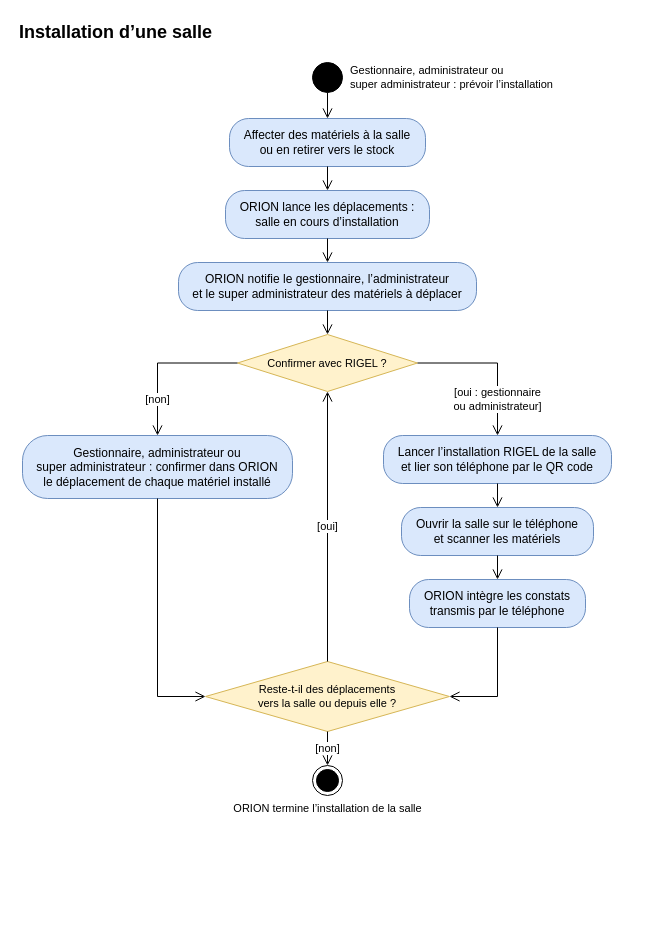
The draw.io diagram page "Installation d’une salle" (9 of 10) of docs/02-ANALYSE/01-MODELISATION-METIER/02-DIAGRAMMES-ACTIVITE.drawio in bpierrelouis/aster, before the edit. Source tidied: cells renumbered, new cells numbered last; positions are measured from the earlier drawing's top-left corner, leaving out a move shared by most shapes. Both pictures are drawn from the tidied source at 100%, with x=0, y=0 at pixel (17, 17).
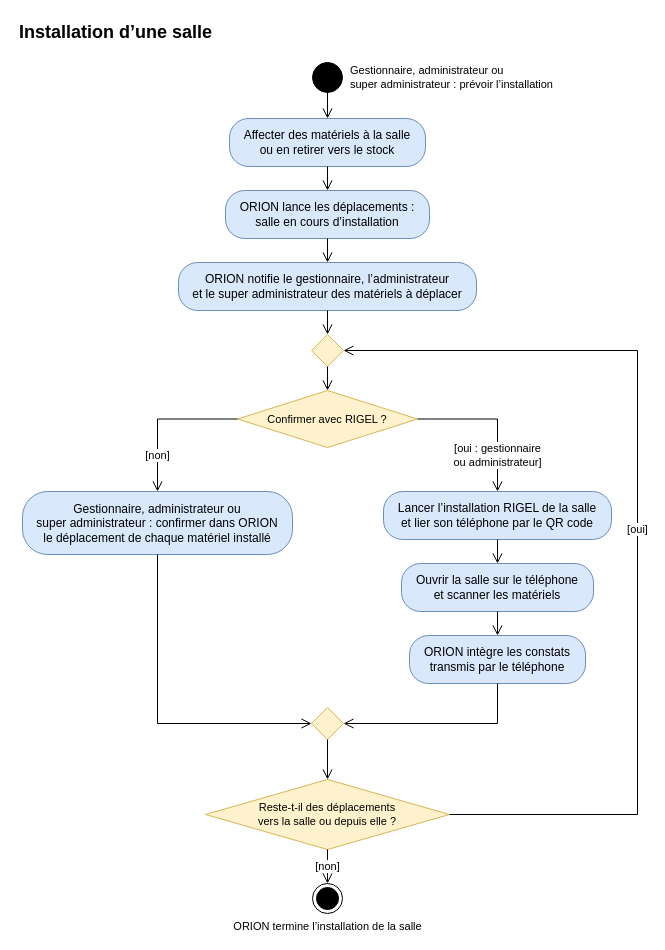
Above is the later version.

Unchanged cells that the change refers to:
```xml
<mxCell id="6" value="ORION notifie le gestionnaire, l’administrateur&lt;br&gt;et le super administrateur des matériels à déplacer" style="rounded=1;arcSize=40;whiteSpace=wrap;html=1;fontSize=12;fillColor=#dae8fc;strokeColor=#6c8ebf;" parent="1" vertex="1">
  <mxGeometry x="161" y="245" width="298" height="48" as="geometry" />
</mxCell>
```

Diff of the diagram source:
```diff
@@
     <mxCell id="7" value="Confirmer avec RIGEL ?" style="rhombus;whiteSpace=wrap;html=1;fontSize=11;fillColor=#fff2cc;strokeColor=#d6b656;" parent="1" vertex="1">
-      <mxGeometry x="220" y="317" width="180" height="57" as="geometry" />
+      <mxGeometry x="220" y="373" width="180" height="57" as="geometry" />
     </mxCell>
     <mxCell id="8" value="Gestionnaire, administrateur ou&lt;br&gt;super administrateur : confirmer dans ORION&lt;br&gt;le déplacement de chaque matériel installé" style="rounded=1;arcSize=40;whiteSpace=wrap;html=1;fontSize=12;fillColor=#dae8fc;strokeColor=#6c8ebf;" parent="1" vertex="1">
-      <mxGeometry x="5" y="418" width="270" height="63" as="geometry" />
+      <mxGeometry x="5" y="474" width="270" height="63" as="geometry" />
     </mxCell>
     <mxCell id="9" value="Lancer l’installation RIGEL de la salle&lt;br&gt;et lier son téléphone par le QR code" style="rounded=1;arcSize=40;whiteSpace=wrap;html=1;fontSize=12;fillColor=#dae8fc;strokeColor=#6c8ebf;" parent="1" vertex="1">
-      <mxGeometry x="366" y="418" width="228" height="48" as="geometry" />
+      <mxGeometry x="366" y="474" width="228" height="48" as="geometry" />
     </mxCell>
     <mxCell id="10" value="Ouvrir la salle sur le téléphone&lt;br&gt;et scanner les matériels" style="rounded=1;arcSize=40;whiteSpace=wrap;html=1;fontSize=12;fillColor=#dae8fc;strokeColor=#6c8ebf;" parent="1" vertex="1">
-      <mxGeometry x="384" y="490" width="192" height="48" as="geometry" />
+      <mxGeometry x="384" y="546" width="192" height="48" as="geometry" />
     </mxCell>
     <mxCell id="11" value="ORION intègre les constats&lt;br&gt;transmis par le téléphone" style="rounded=1;arcSize=40;whiteSpace=wrap;html=1;fontSize=12;fillColor=#dae8fc;strokeColor=#6c8ebf;" parent="1" vertex="1">
-      <mxGeometry x="392" y="562" width="176" height="48" as="geometry" />
+      <mxGeometry x="392" y="618" width="176" height="48" as="geometry" />
     </mxCell>
     <mxCell id="12" value="Reste-t-il des déplacements&lt;br&gt;vers la salle ou depuis elle ?" style="rhombus;whiteSpace=wrap;html=1;fontSize=11;fillColor=#fff2cc;strokeColor=#d6b656;" parent="1" vertex="1">
-      <mxGeometry x="188" y="644" width="244" height="70" as="geometry" />
+      <mxGeometry x="188" y="762" width="244" height="70" as="geometry" />
     </mxCell>
     <mxCell id="13" value="ORION termine l’installation de la salle" style="ellipse;html=1;shape=endState;fillColor=#000000;strokeColor=#000000;verticalLabelPosition=bottom;verticalAlign=top;fontSize=11;" parent="1" vertex="1">
-      <mxGeometry x="295" y="748" width="30" height="30" as="geometry" />
+      <mxGeometry x="295" y="866" width="30" height="30" as="geometry" />
     </mxCell>
@@
-    <mxCell id="17" style="edgeStyle=orthogonalEdgeStyle;endArrow=open;endSize=8;html=1;rounded=0;fontSize=11;labelBackgroundColor=#ffffff;exitX=0.5;exitY=1;exitDx=0;exitDy=0;entryX=0.5;entryY=0;entryDx=0;entryDy=0;" parent="1" edge="1" source="6" target="7">
+    <mxCell id="17" style="edgeStyle=orthogonalEdgeStyle;endArrow=open;endSize=8;html=1;rounded=0;fontSize=11;labelBackgroundColor=#ffffff;exitX=0.5;exitY=1;exitDx=0;exitDy=0;entryX=0.5;entryY=0;entryDx=0;entryDy=0;" parent="1" edge="1" source="6" target="26">
       <mxGeometry relative="1" as="geometry" />
     </mxCell>
     <mxCell id="18" value="[non]" style="edgeStyle=orthogonalEdgeStyle;endArrow=open;endSize=8;html=1;rounded=0;fontSize=11;labelBackgroundColor=#ffffff;exitX=0;exitY=0.5;exitDx=0;exitDy=0;entryX=0.5;entryY=0;entryDx=0;entryDy=0;" parent="1" edge="1" source="7" target="8">
       <mxGeometry x="0.52" relative="1" as="geometry">
         <Array as="points">
-          <mxPoint x="140" y="345.5" />
+          <mxPoint x="140" y="401.5" />
         </Array>
       </mxGeometry>
     </mxCell>
     <mxCell id="19" value="[oui : gestionnaire&lt;br&gt;ou administrateur]" style="edgeStyle=orthogonalEdgeStyle;endArrow=open;endSize=8;html=1;rounded=0;fontSize=11;labelBackgroundColor=#ffffff;exitX=1;exitY=0.5;exitDx=0;exitDy=0;entryX=0.5;entryY=0;entryDx=0;entryDy=0;" parent="1" edge="1" source="7" target="9">
       <mxGeometry x="0.52" relative="1" as="geometry">
         <Array as="points">
-          <mxPoint x="480" y="345.5" />
+          <mxPoint x="480" y="401.5" />
         </Array>
       </mxGeometry>
     </mxCell>
@@
-    <mxCell id="22" style="edgeStyle=orthogonalEdgeStyle;endArrow=open;endSize=8;html=1;rounded=0;fontSize=11;labelBackgroundColor=#ffffff;exitX=0.5;exitY=1;exitDx=0;exitDy=0;entryX=0;entryY=0.5;entryDx=0;entryDy=0;" parent="1" edge="1" source="8" target="12">
+    <mxCell id="22" style="edgeStyle=orthogonalEdgeStyle;endArrow=open;endSize=8;html=1;rounded=0;fontSize=11;labelBackgroundColor=#ffffff;exitX=0.5;exitY=1;exitDx=0;exitDy=0;entryX=0;entryY=0.5;entryDx=0;entryDy=0;" parent="1" edge="1" source="8" target="27">
       <mxGeometry relative="1" as="geometry">
         <Array as="points">
-          <mxPoint x="140" y="679" />
+          <mxPoint x="140" y="706" />
         </Array>
       </mxGeometry>
     </mxCell>
-    <mxCell id="23" style="edgeStyle=orthogonalEdgeStyle;endArrow=open;endSize=8;html=1;rounded=0;fontSize=11;labelBackgroundColor=#ffffff;exitX=0.5;exitY=1;exitDx=0;exitDy=0;entryX=1;entryY=0.5;entryDx=0;entryDy=0;" parent="1" edge="1" source="11" target="12">
+    <mxCell id="23" style="edgeStyle=orthogonalEdgeStyle;endArrow=open;endSize=8;html=1;rounded=0;fontSize=11;labelBackgroundColor=#ffffff;exitX=0.5;exitY=1;exitDx=0;exitDy=0;entryX=1;entryY=0.5;entryDx=0;entryDy=0;" parent="1" edge="1" source="11" target="27">
       <mxGeometry relative="1" as="geometry">
         <Array as="points">
-          <mxPoint x="480" y="679" />
+          <mxPoint x="480" y="706" />
         </Array>
       </mxGeometry>
     </mxCell>
-    <mxCell id="24" value="[oui]" style="edgeStyle=orthogonalEdgeStyle;endArrow=open;endSize=8;html=1;rounded=0;fontSize=11;labelBackgroundColor=#ffffff;exitX=0.5;exitY=0;exitDx=0;exitDy=0;entryX=0.5;entryY=1;entryDx=0;entryDy=0;" parent="1" edge="1" source="12" target="7">
-      <mxGeometry relative="1" as="geometry" />
+    <mxCell id="24" value="[oui]" style="edgeStyle=orthogonalEdgeStyle;endArrow=open;endSize=8;html=1;rounded=0;fontSize=11;labelBackgroundColor=#ffffff;exitX=1;exitY=0.5;exitDx=0;exitDy=0;entryX=1;entryY=0.5;entryDx=0;entryDy=0;" parent="1" edge="1" source="12" target="26">
+      <mxGeometry relative="1" as="geometry">
+        <Array as="points">
+          <mxPoint x="620" y="797" />
+          <mxPoint x="620" y="333" />
+        </Array>
+      </mxGeometry>
     </mxCell>
@@
+    <mxCell id="26" style="rhombus;whiteSpace=wrap;html=1;fontSize=11;fillColor=#fff2cc;strokeColor=#d6b656;" parent="1" vertex="1">
+      <mxGeometry x="294" y="317" width="32" height="32" as="geometry" />
+    </mxCell>
+    <mxCell id="27" style="rhombus;whiteSpace=wrap;html=1;fontSize=11;fillColor=#fff2cc;strokeColor=#d6b656;" parent="1" vertex="1">
+      <mxGeometry x="294" y="690" width="32" height="32" as="geometry" />
+    </mxCell>
+    <mxCell id="28" style="edgeStyle=orthogonalEdgeStyle;endArrow=open;endSize=8;html=1;rounded=0;fontSize=11;labelBackgroundColor=#ffffff;exitX=0.5;exitY=1;exitDx=0;exitDy=0;entryX=0.5;entryY=0;entryDx=0;entryDy=0;" parent="1" edge="1" source="26" target="7">
+      <mxGeometry relative="1" as="geometry" />
+    </mxCell>
+    <mxCell id="29" style="edgeStyle=orthogonalEdgeStyle;endArrow=open;endSize=8;html=1;rounded=0;fontSize=11;labelBackgroundColor=#ffffff;exitX=0.5;exitY=1;exitDx=0;exitDy=0;entryX=0.5;entryY=0;entryDx=0;entryDy=0;" parent="1" edge="1" source="27" target="12">
+      <mxGeometry relative="1" as="geometry" />
+    </mxCell>
```
